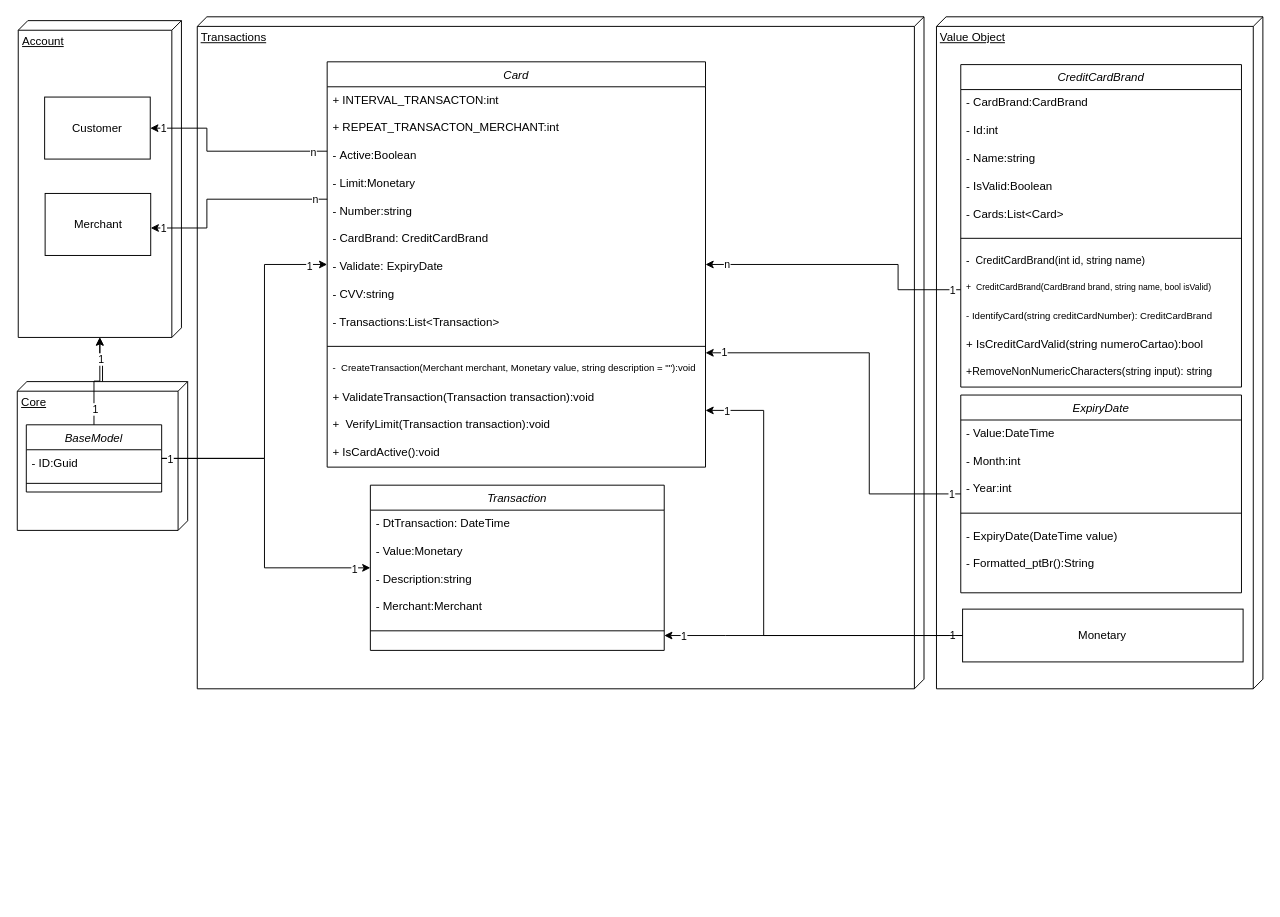
Before: Class_Diagram_Transactions_Context.drawio in alexfariakof/prj-sistemas-web-.net-infnet, a draw.io diagram. Source tidied: cells renumbered, new cells numbered last; positions are measured from the earlier drawing's top-left corner, leaving out a move shared by most shapes. Both pictures are drawn from the tidied source at 96%, with x=0, y=0 at pixel (16, 16).
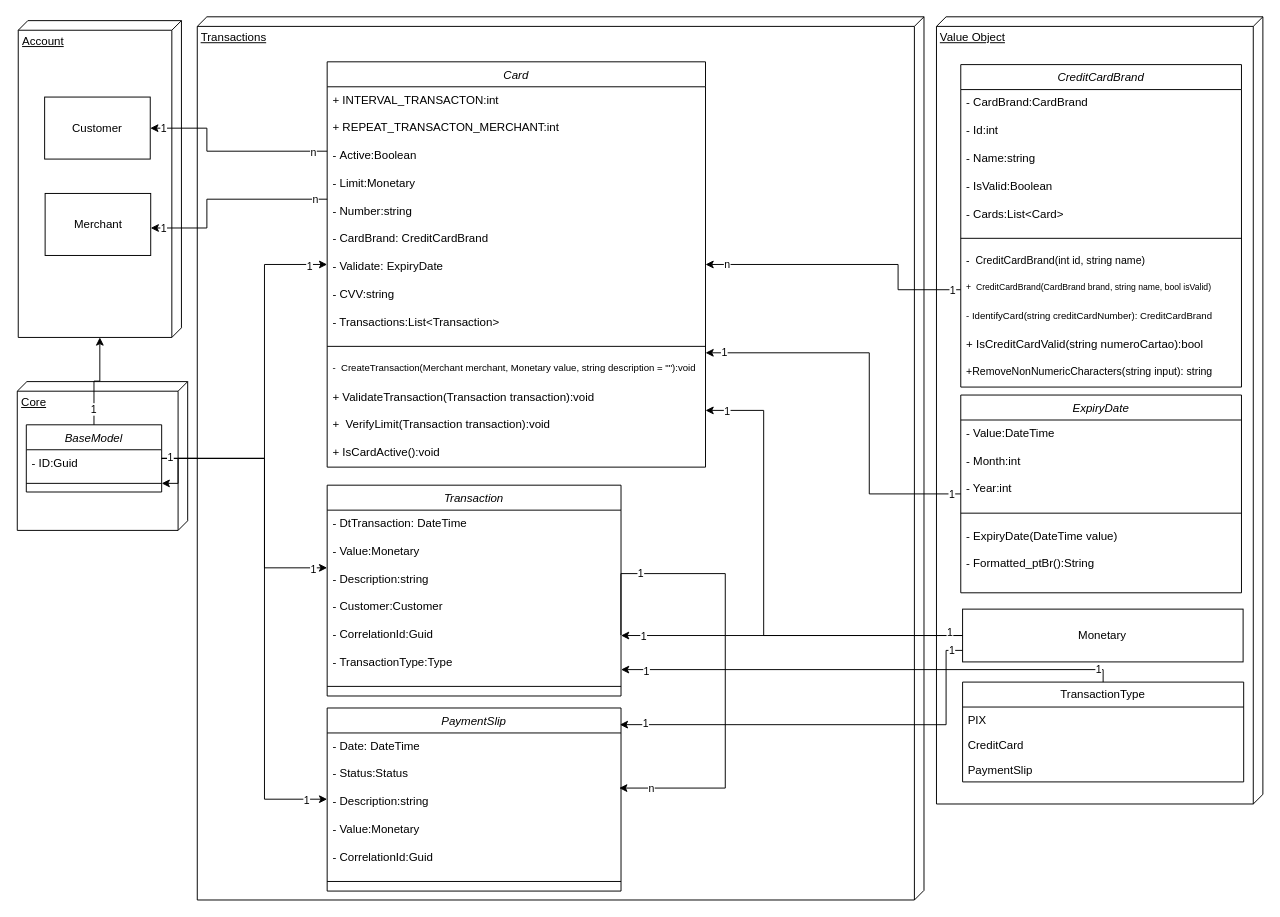
After the change.

Unchanged cells that the change refers to:
```xml
<mxCell id="3" value="Account" style="verticalAlign=top;align=left;spacingTop=8;spacingLeft=2;spacingRight=12;shape=cube;size=10;direction=south;fontStyle=4;html=1;whiteSpace=wrap;" parent="2" vertex="1">
  <mxGeometry width="170" height="330" as="geometry" />
</mxCell>
<mxCell id="7" value="Core&lt;br&gt;" style="verticalAlign=top;align=left;spacingTop=8;spacingLeft=2;spacingRight=12;shape=cube;size=10;direction=south;fontStyle=4;html=1;whiteSpace=wrap;" parent="6" vertex="1">
  <mxGeometry width="177.5" height="155" as="geometry" />
</mxCell>
<mxCell id="8" value="BaseModel" style="swimlane;fontStyle=2;align=center;verticalAlign=top;horizontal=1;startSize=26;rounded=0;shadow=0;strokeWidth=1;labelBackgroundColor=default;" parent="6" vertex="1">
  <mxGeometry x="9.4" y="45" width="141" height="70" as="geometry" />
</mxCell>
<mxCell id="10" style="line;html=1;strokeWidth=1;align=left;verticalAlign=middle;spacingTop=-1;spacingLeft=3;spacingRight=3;labelPosition=right;points=[];portConstraint=eastwest;" parent="8" vertex="1">
  <mxGeometry y="52" width="141" height="18" as="geometry" />
</mxCell>
<mxCell id="33" value="Monetary&lt;br&gt;" style="html=1;whiteSpace=wrap;" parent="12" vertex="1">
  <mxGeometry x="27.2" y="617" width="292.2" height="55" as="geometry" />
</mxCell>
<mxCell id="60" style="edgeStyle=orthogonalEdgeStyle;rounded=0;jettySize=auto;html=1;" parent="1" edge="1" source="8" target="52">
  <mxGeometry relative="1" as="geometry">
    <Array as="points">
      <mxPoint x="258" y="460" />
      <mxPoint x="258" y="574" />
    </Array>
  </mxGeometry>
</mxCell>
<mxCell id="63" style="edgeStyle=orthogonalEdgeStyle;rounded=0;jettySize=auto;html=1;" parent="1" edge="1" source="8" target="3">
  <mxGeometry relative="1" as="geometry" />
</mxCell>
<mxCell id="69" style="edgeStyle=orthogonalEdgeStyle;rounded=0;jettySize=auto;html=1;" parent="1" edge="1" source="33" target="37">
  <mxGeometry relative="1" as="geometry">
    <Array as="points">
      <mxPoint x="778" y="645" />
      <mxPoint x="778" y="410" />
    </Array>
  </mxGeometry>
</mxCell>
<mxCell id="78" style="edgeStyle=orthogonalEdgeStyle;rounded=0;jettySize=auto;html=1;" parent="1" edge="1" source="33" target="52">
  <mxGeometry relative="1" as="geometry">
    <Array as="points">
      <mxPoint x="738" y="645" />
      <mxPoint x="738" y="645" />
    </Array>
  </mxGeometry>
</mxCell>
```

Diff of the diagram source:
```diff
@@
+    <mxCell id="80" style="edgeStyle=orthogonalEdgeStyle;rounded=0;jettySize=auto;html=1;" parent="1" edge="1" source="11" target="10">
+      <mxGeometry relative="1" as="geometry" />
+    </mxCell>
     <mxCell id="11" value="Transactions" style="verticalAlign=top;align=left;spacingTop=8;spacingLeft=2;spacingRight=12;shape=cube;size=10;direction=south;fontStyle=4;html=1;whiteSpace=wrap;" parent="1" vertex="1">
-      <mxGeometry x="188" width="757" height="700" as="geometry" />
+      <mxGeometry x="188" width="757" height="920" as="geometry" />
     </mxCell>
     <mxCell id="12" style="group;" parent="1" vertex="1">
-      <mxGeometry x="958" width="340" height="700" as="geometry" />
+      <mxGeometry x="958" width="340" height="920" as="geometry" />
     </mxCell>
     <mxCell id="13" value="Value Object" style="verticalAlign=top;align=left;spacingTop=8;spacingLeft=2;spacingRight=12;shape=cube;size=10;direction=south;fontStyle=4;html=1;whiteSpace=wrap;" parent="12" vertex="1">
-      <mxGeometry width="340" height="700" as="geometry" />
+      <mxGeometry width="340" height="820" as="geometry" />
     </mxCell>
@@
+    <mxCell id="81" value="TransactionType" style="swimlane;fontStyle=0;horizontal=1;startSize=26;fillColor=none;whiteSpace=wrap;html=1;" parent="12" vertex="1">
+      <mxGeometry x="27.2" y="693" width="292.8" height="104" as="geometry" />
+    </mxCell>
+    <mxCell id="82" value="PIX" style="text;strokeColor=none;fillColor=none;align=left;verticalAlign=top;spacingLeft=4;spacingRight=4;overflow=hidden;whiteSpace=wrap;html=1;" parent="81" vertex="1">
+      <mxGeometry y="26" width="292.8" height="26" as="geometry" />
+    </mxCell>
+    <mxCell id="83" value="CreditCard" style="text;strokeColor=none;fillColor=none;align=left;verticalAlign=top;spacingLeft=4;spacingRight=4;overflow=hidden;whiteSpace=wrap;html=1;" parent="81" vertex="1">
+      <mxGeometry y="52" width="292.8" height="26" as="geometry" />
+    </mxCell>
+    <mxCell id="84" value="PaymentSlip" style="text;strokeColor=none;fillColor=none;align=left;verticalAlign=top;spacingLeft=4;spacingRight=4;overflow=hidden;whiteSpace=wrap;html=1;" parent="81" vertex="1">
+      <mxGeometry y="78" width="292.8" height="26" as="geometry" />
+    </mxCell>
@@
     <mxCell id="52" value="Transaction" style="swimlane;fontStyle=2;align=center;verticalAlign=top;horizontal=1;startSize=26;rounded=0;shadow=0;strokeWidth=1;labelBackgroundColor=default;" parent="1" vertex="1">
-      <mxGeometry x="368.3" y="487.9" width="306.1" height="172.1" as="geometry" />
+      <mxGeometry x="323.3" y="487.9" width="306.1" height="219.6" as="geometry" />
     </mxCell>
@@
-    <mxCell id="56" value="- Merchant:Merchant" style="text;align=left;verticalAlign=top;spacingLeft=4;spacingRight=4;overflow=hidden;rounded=0;shadow=0;html=0;" parent="52" vertex="1">
+    <mxCell id="56" value="- Customer:Customer" style="text;align=left;verticalAlign=top;spacingLeft=4;spacingRight=4;overflow=hidden;rounded=0;shadow=0;html=0;" parent="52" vertex="1">
       <mxGeometry y="112.8" width="306.1" height="28.9" as="geometry" />
     </mxCell>
+    <mxCell id="85" value="- CorrelationId:Guid" style="text;align=left;verticalAlign=top;spacingLeft=4;spacingRight=4;overflow=hidden;rounded=0;shadow=0;html=0;" parent="52" vertex="1">
+      <mxGeometry y="141.7" width="306.1" height="28.9" as="geometry" />
+    </mxCell>
+    <mxCell id="86" value="- TransactionType:Type" style="text;align=left;verticalAlign=top;spacingLeft=4;spacingRight=4;overflow=hidden;rounded=0;shadow=0;html=0;" parent="52" vertex="1">
+      <mxGeometry y="170.7" width="306.1" height="28.9" as="geometry" />
+    </mxCell>
     <mxCell id="57" style="line;html=1;strokeWidth=1;align=left;verticalAlign=middle;spacingTop=-1;spacingLeft=3;spacingRight=3;labelPosition=right;" parent="52" vertex="1">
-      <mxGeometry y="141.7" width="306.1" height="20" as="geometry" />
+      <mxGeometry y="199.6" width="306.1" height="20" as="geometry" />
     </mxCell>
@@
-    <mxCell id="61" value="1" style="edgeLabel;html=1;align=center;verticalAlign=middle;" parent="60" vertex="1">
-      <mxGeometry x="-0.93" relative="1" as="geometry">
-        <mxPoint x="-3" as="offset" />
-      </mxGeometry>
-    </mxCell>
@@
     <mxCell id="64" value="1" style="edgeLabel;html=1;align=center;verticalAlign=middle;" parent="63" vertex="1">
-      <mxGeometry x="-0.65" y="-1" relative="1" as="geometry" />
+      <mxGeometry x="-0.65" y="-1" relative="1" as="geometry">
+        <mxPoint x="-2" as="offset" />
+      </mxGeometry>
     </mxCell>
-    <mxCell id="65" value="1" style="edgeStyle=orthogonalEdgeStyle;rounded=0;jettySize=auto;html=1;" parent="1" edge="1" source="7" target="3">
-      <mxGeometry relative="1" as="geometry" />
-    </mxCell>
@@
-    <mxCell id="70" value="1" style="edgeLabel;html=1;align=center;verticalAlign=middle;" parent="69" vertex="1">
-      <mxGeometry x="-0.95" y="3" relative="1" as="geometry">
-        <mxPoint x="2" y="-3" as="offset" />
-      </mxGeometry>
-    </mxCell>
@@
+    <mxCell id="87" value="1" style="edgeLabel;html=1;align=center;verticalAlign=middle;" parent="78" vertex="1">
+      <mxGeometry x="-0.92" y="-3" relative="1" as="geometry" />
+    </mxCell>
+    <mxCell id="88" style="edgeStyle=orthogonalEdgeStyle;rounded=0;jettySize=auto;html=1;" parent="1" edge="1" source="81" target="52">
+      <mxGeometry relative="1" as="geometry">
+        <Array as="points">
+          <mxPoint x="1132" y="680" />
+        </Array>
+      </mxGeometry>
+    </mxCell>
+    <mxCell id="89" value="1" style="edgeLabel;html=1;align=center;verticalAlign=middle;" parent="88" vertex="1">
+      <mxGeometry x="-0.93" y="-1" relative="1" as="geometry" />
+    </mxCell>
+    <mxCell id="90" value="1" style="edgeLabel;html=1;align=center;verticalAlign=middle;" parent="88" vertex="1">
+      <mxGeometry x="0.9" y="1" relative="1" as="geometry" />
+    </mxCell>
+    <mxCell id="91" value="PaymentSlip" style="swimlane;fontStyle=2;align=center;verticalAlign=top;horizontal=1;startSize=26;rounded=0;shadow=0;strokeWidth=1;labelBackgroundColor=default;" parent="1" vertex="1">
+      <mxGeometry x="323.3" y="720" width="306.1" height="190.7" as="geometry" />
+    </mxCell>
+    <mxCell id="92" value="- Date: DateTime" style="text;align=left;verticalAlign=top;spacingLeft=4;spacingRight=4;overflow=hidden;rounded=0;shadow=0;html=0;" parent="91" vertex="1">
+      <mxGeometry y="26" width="306.1" height="28.9" as="geometry" />
+    </mxCell>
+    <mxCell id="93" value="- Status:Status" style="text;align=left;verticalAlign=top;spacingLeft=4;spacingRight=4;overflow=hidden;rounded=0;shadow=0;html=0;" parent="91" vertex="1">
+      <mxGeometry y="54.9" width="306.1" height="28.9" as="geometry" />
+    </mxCell>
+    <mxCell id="94" value="- Description:string" style="text;align=left;verticalAlign=top;spacingLeft=4;spacingRight=4;overflow=hidden;rounded=0;shadow=0;html=0;" parent="91" vertex="1">
+      <mxGeometry y="83.9" width="306.1" height="28.9" as="geometry" />
+    </mxCell>
+    <mxCell id="95" value="- Value:Monetary" style="text;align=left;verticalAlign=top;spacingLeft=4;spacingRight=4;overflow=hidden;rounded=0;shadow=0;html=0;" parent="91" vertex="1">
+      <mxGeometry y="112.8" width="306.1" height="28.9" as="geometry" />
+    </mxCell>
+    <mxCell id="96" value="- CorrelationId:Guid" style="text;align=left;verticalAlign=top;spacingLeft=4;spacingRight=4;overflow=hidden;rounded=0;shadow=0;html=0;" parent="91" vertex="1">
+      <mxGeometry y="141.7" width="306.1" height="28.9" as="geometry" />
+    </mxCell>
+    <mxCell id="97" style="line;html=1;strokeWidth=1;align=left;verticalAlign=middle;spacingTop=-1;spacingLeft=3;spacingRight=3;labelPosition=right;" parent="91" vertex="1">
+      <mxGeometry y="170.7" width="306.1" height="20" as="geometry" />
+    </mxCell>
+    <mxCell id="98" style="edgeStyle=orthogonalEdgeStyle;rounded=0;orthogonalLoop=1;jettySize=auto;html=1;entryX=0.994;entryY=0.847;entryDx=0;entryDy=0;entryPerimeter=0;" parent="1" edge="1">
+      <mxGeometry relative="1" as="geometry">
+        <mxPoint x="629.3" y="644" as="sourcePoint" />
+        <mxPoint x="627.5" y="803.4" as="targetPoint" />
+        <Array as="points">
+          <mxPoint x="629" y="580" />
+          <mxPoint x="738" y="580" />
+          <mxPoint x="738" y="803" />
+        </Array>
+      </mxGeometry>
+    </mxCell>
+    <mxCell id="99" value="n" style="edgeLabel;html=1;align=center;verticalAlign=middle;" parent="98" vertex="1">
+      <mxGeometry x="0.87" relative="1" as="geometry" />
+    </mxCell>
+    <mxCell id="100" value="1" style="edgeLabel;html=1;align=center;verticalAlign=middle;" parent="98" vertex="1">
+      <mxGeometry x="-0.67" y="1" relative="1" as="geometry" />
+    </mxCell>
+    <mxCell id="101" style="edgeStyle=orthogonalEdgeStyle;rounded=0;jettySize=auto;html=1;" parent="1" edge="1" source="8" target="91">
+      <mxGeometry relative="1" as="geometry">
+        <Array as="points">
+          <mxPoint x="258" y="460" />
+          <mxPoint x="258" y="815" />
+        </Array>
+      </mxGeometry>
+    </mxCell>
+    <mxCell id="102" value="1" style="edgeLabel;html=1;align=center;verticalAlign=middle;" parent="101" vertex="1">
+      <mxGeometry x="0.92" relative="1" as="geometry" />
+    </mxCell>
+    <mxCell id="103" value="1" style="edgeLabel;html=1;align=center;verticalAlign=middle;" parent="101" vertex="1">
+      <mxGeometry x="-0.95" y="3" relative="1" as="geometry">
+        <mxPoint x="-4" y="1" as="offset" />
+      </mxGeometry>
+    </mxCell>
+    <mxCell id="104" style="edgeStyle=orthogonalEdgeStyle;rounded=0;jettySize=auto;html=1;entryX=0.996;entryY=0.091;entryDx=0;entryDy=0;entryPerimeter=0;" parent="1" edge="1" source="33" target="91">
+      <mxGeometry relative="1" as="geometry">
+        <Array as="points">
+          <mxPoint x="968" y="660" />
+          <mxPoint x="968" y="737" />
+        </Array>
+      </mxGeometry>
+    </mxCell>
+    <mxCell id="105" value="1" style="edgeLabel;html=1;align=center;verticalAlign=middle;" parent="104" vertex="1">
+      <mxGeometry x="-0.96" y="-1" relative="1" as="geometry">
+        <mxPoint x="-3" as="offset" />
+      </mxGeometry>
+    </mxCell>
+    <mxCell id="106" value="1" style="edgeLabel;html=1;align=center;verticalAlign=middle;" parent="104" vertex="1">
+      <mxGeometry x="0.88" y="-2" relative="1" as="geometry" />
+    </mxCell>
```
